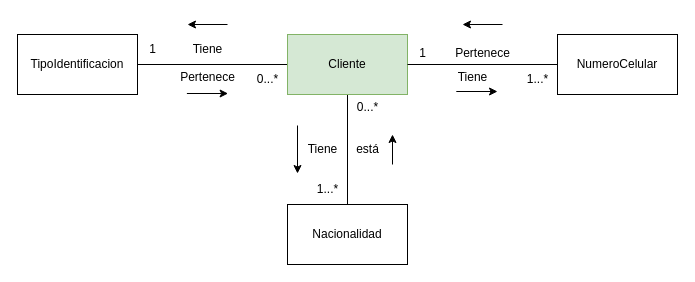
This is page "Contexto Clientes (Modelo dominio Clientes)" (2 of 12) of Restaurante_Disenio.drawio from andrescardo98/doo, a draw.io file, before an edit. Source tidied: cells renumbered, new cells numbered last; positions are measured from the earlier drawing's top-left corner, leaving out a move shared by most shapes. Both pictures are drawn from the tidied source at 100%, with x=0, y=0 at pixel (17, 24).
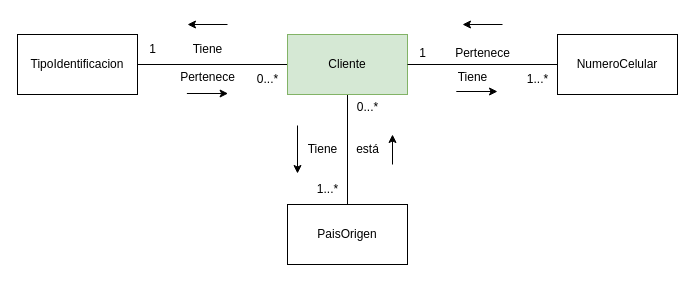
The same diagram, later.

What changed in the source:
```diff
@@
-    <mxCell id="20" value="Nacionalidad" style="rounded=0;whiteSpace=wrap;html=1;" parent="1" vertex="1">
+    <mxCell id="20" value="PaisOrigen" style="rounded=0;whiteSpace=wrap;html=1;" parent="1" vertex="1">
       <mxGeometry x="270" y="180" width="120" height="60" as="geometry" />
     </mxCell>
```
